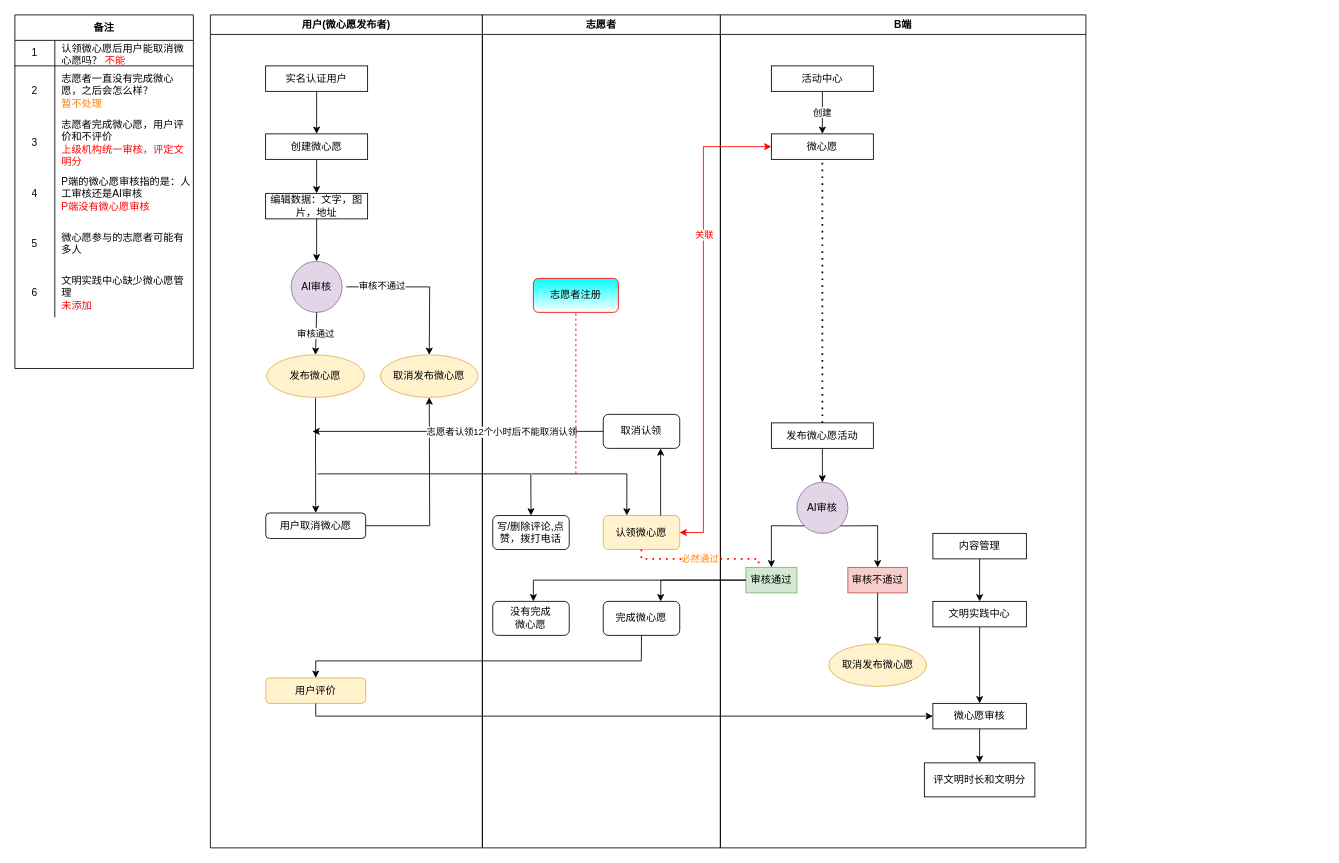
KZ137onethe/hello-world keeps this draw.io diagram as 微心愿改版.drawio. Above is the earlier version. Source tidied: cells renumbered, new cells numbered last; positions are measured from the earlier drawing's top-left corner, leaving out a move shared by most shapes. Both pictures are drawn from the tidied source at 85%, with x=0, y=0 at pixel (14, 14).
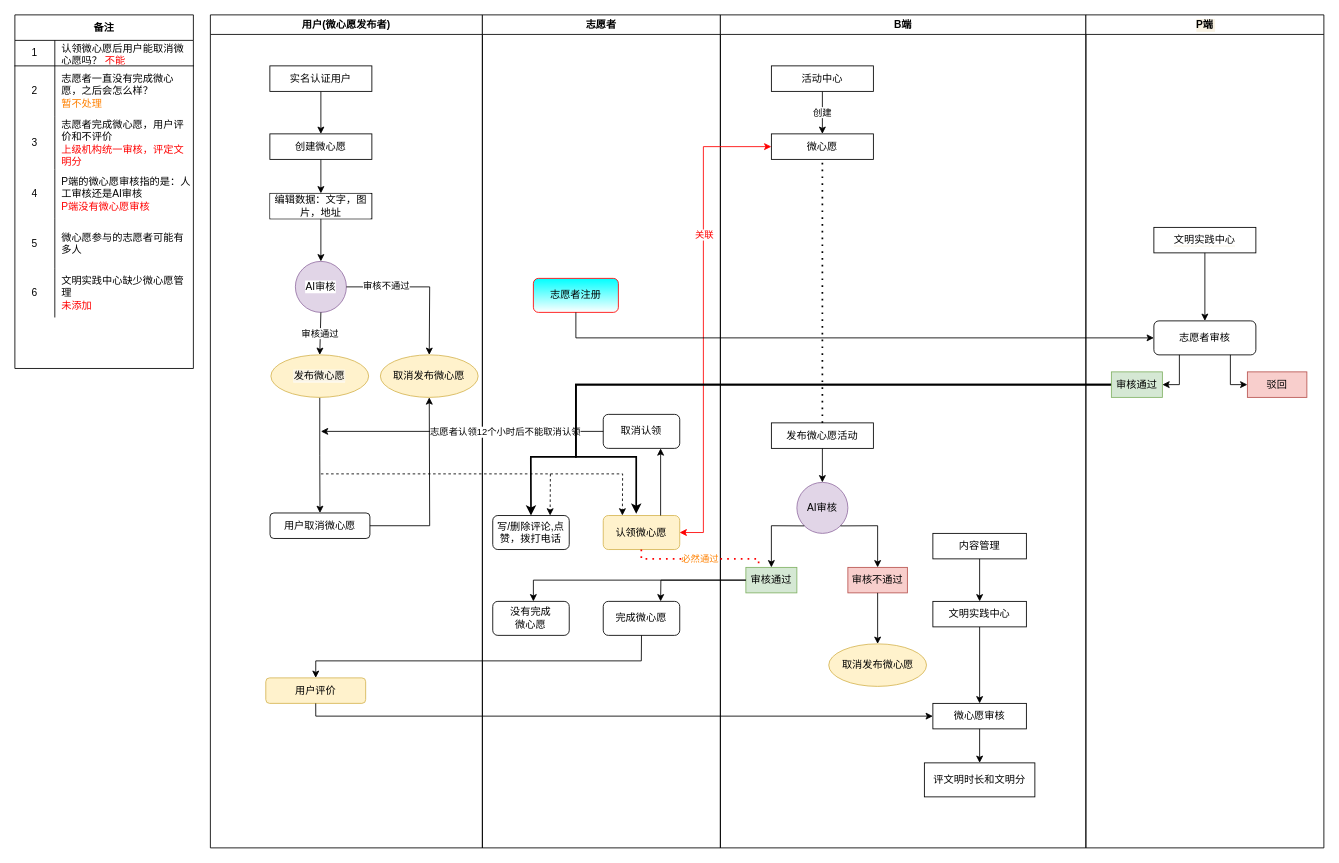
After the change.

Commit message:
微心愿改版.drawio

Unchanged cells that the change refers to:
```xml
<mxCell id="2" value="用户(微心愿发布者)" style="swimlane;" parent="1" vertex="1">
  <mxGeometry x="230" width="320" height="980" as="geometry" />
</mxCell>
<mxCell id="18" value="写/删除评论,点赞，拨打电话" style="rounded=1;whiteSpace=wrap;html=1;fontColor=#000000;strokeWidth=1;verticalAlign=middle;glass=0;" parent="17" vertex="1">
  <mxGeometry x="12.2" y="589" width="90" height="40" as="geometry" />
</mxCell>
<mxCell id="19" value="认领微心愿" style="rounded=1;whiteSpace=wrap;html=1;strokeWidth=1;verticalAlign=middle;glass=0;fillColor=#fff2cc;strokeColor=#d6b656;" parent="17" vertex="1">
  <mxGeometry x="142.2" y="589" width="90" height="40" as="geometry" />
</mxCell>
<mxCell id="20" value="取消认领" style="rounded=1;whiteSpace=wrap;html=1;fontColor=#000000;strokeWidth=1;verticalAlign=middle;glass=0;" parent="17" vertex="1">
  <mxGeometry x="142.2" y="470" width="90" height="40" as="geometry" />
</mxCell>
<mxCell id="24" value="志愿者注册" style="rounded=1;whiteSpace=wrap;html=1;gradientColor=#ffffff;strokeColor=#FF0000;fillColor=#00FFFF;" parent="17" vertex="1">
  <mxGeometry x="60" y="310" width="100" height="40" as="geometry" />
</mxCell>
<mxCell id="47" style="endArrow=classic;html=1;rounded=0;fontColor=#000000;strokeColor=#000000;entryX=0.5;entryY=0;entryDx=0;entryDy=0;entryPerimeter=0;" parent="1" edge="1">
  <mxGeometry relative="1" as="geometry">
    <mxPoint x="390" y="320" as="sourcePoint" />
    <mxPoint x="487.5" y="400" as="targetPoint" />
    <Array as="points">
      <mxPoint x="488" y="320" />
    </Array>
  </mxGeometry>
</mxCell>
```

The edit, as a diff of the source:
```diff
@@
-    <mxCell id="3" style="edgeStyle=orthogonalEdgeStyle;rounded=0;jettySize=auto;html=1;" parent="2" edge="1" source="4" target="6">
+    <mxCell id="3" style="edgeStyle=orthogonalEdgeStyle;rounded=0;jettySize=auto;html=1;labelBackgroundColor=default;fontColor=default;" parent="2" edge="1" source="4" target="6">
       <mxGeometry relative="1" as="geometry" />
     </mxCell>
-    <mxCell id="4" value="实名认证用户" style="rounded=0;whiteSpace=wrap;html=1;" parent="2" vertex="1">
-      <mxGeometry x="65" y="60" width="120" height="30" as="geometry" />
+    <mxCell id="4" value="实名认证用户" style="rounded=0;whiteSpace=wrap;html=1;labelBackgroundColor=default;fontColor=default;" parent="2" vertex="1">
+      <mxGeometry x="70" y="60" width="120" height="30" as="geometry" />
     </mxCell>
-    <mxCell id="5" style="edgeStyle=orthogonalEdgeStyle;rounded=0;jettySize=auto;html=1;" parent="2" edge="1" source="6" target="7">
+    <mxCell id="5" style="edgeStyle=orthogonalEdgeStyle;rounded=0;jettySize=auto;html=1;labelBackgroundColor=default;fontColor=default;" parent="2" edge="1" source="6" target="7">
       <mxGeometry relative="1" as="geometry" />
     </mxCell>
-    <mxCell id="6" value="创建微心愿" style="rounded=0;whiteSpace=wrap;html=1;" parent="2" vertex="1">
-      <mxGeometry x="65" y="140" width="120" height="30" as="geometry" />
+    <mxCell id="6" value="创建微心愿" style="rounded=0;whiteSpace=wrap;html=1;labelBackgroundColor=default;fontColor=default;" parent="2" vertex="1">
+      <mxGeometry x="70" y="140" width="120" height="30" as="geometry" />
     </mxCell>
-    <mxCell id="7" value="编辑数据：文字，图片，地址" style="rounded=0;whiteSpace=wrap;html=1;" parent="2" vertex="1">
-      <mxGeometry x="65" y="210" width="120" height="30" as="geometry" />
+    <mxCell id="7" value="编辑数据：文字，图片，地址" style="rounded=0;whiteSpace=wrap;html=1;labelBackgroundColor=default;fontColor=default;" parent="2" vertex="1">
+      <mxGeometry x="70" y="210" width="120" height="30" as="geometry" />
     </mxCell>
-    <mxCell id="8" style="edgeStyle=orthogonalEdgeStyle;rounded=0;jettySize=auto;html=1;exitX=0.5;exitY=1;exitDx=0;exitDy=0;exitPerimeter=0;entryX=0.5;entryY=0;entryDx=0;entryDy=0;fontColor=#000000;strokeColor=#000000;" parent="2" edge="1" source="9" target="10">
+    <mxCell id="8" style="edgeStyle=orthogonalEdgeStyle;rounded=0;jettySize=auto;html=1;exitX=0.5;exitY=1;exitDx=0;exitDy=0;exitPerimeter=0;entryX=0.5;entryY=0;entryDx=0;entryDy=0;fontColor=default;strokeColor=#000000;labelBackgroundColor=default;" parent="2" edge="1" source="9" target="10">
       <mxGeometry relative="1" as="geometry" />
     </mxCell>
-    <mxCell id="9" value="发布微心愿" style="strokeWidth=1;html=1;shape=mxgraph.flowchart.start_1;whiteSpace=wrap;fillColor=#fff2cc;strokeColor=#d6b656;" parent="2" vertex="1">
-      <mxGeometry x="66.2" y="400" width="115" height="50" as="geometry" />
+    <mxCell id="9" value="&lt;span style=&quot;background-color: rgb(249 , 243 , 228)&quot;&gt;发布微心愿&lt;/span&gt;" style="strokeWidth=1;html=1;shape=mxgraph.flowchart.start_1;whiteSpace=wrap;fillColor=#fff2cc;strokeColor=#d6b656;labelBackgroundColor=default;fontColor=default;" parent="2" vertex="1">
+      <mxGeometry x="71.2" y="400" width="115" height="50" as="geometry" />
     </mxCell>
-    <mxCell id="10" value="用户取消微心愿" style="rounded=1;whiteSpace=wrap;html=1;fontColor=#000000;strokeWidth=1;verticalAlign=middle;" parent="2" vertex="1">
-      <mxGeometry x="65.2" y="586" width="117.5" height="30" as="geometry" />
+    <mxCell id="10" value="用户取消微心愿" style="rounded=1;whiteSpace=wrap;html=1;fontColor=default;strokeWidth=1;verticalAlign=middle;labelBackgroundColor=default;" parent="2" vertex="1">
+      <mxGeometry x="70.2" y="586" width="117.5" height="30" as="geometry" />
     </mxCell>
-    <mxCell id="11" value="&lt;font color=&quot;#000000&quot;&gt;AI审核&lt;/font&gt;" style="ellipse;whiteSpace=wrap;html=1;shadow=0;glass=0;strokeColor=#9673a6;strokeWidth=1;fillColor=#e1d5e7;verticalAlign=middle;" parent="2" vertex="1">
-      <mxGeometry x="95" y="290" width="60" height="60" as="geometry" />
+    <mxCell id="11" value="&lt;font&gt;AI审核&lt;/font&gt;" style="ellipse;whiteSpace=wrap;html=1;shadow=0;glass=0;strokeColor=#9673a6;strokeWidth=1;fillColor=#e1d5e7;verticalAlign=middle;labelBackgroundColor=default;fontColor=default;" parent="2" vertex="1">
+      <mxGeometry x="100" y="290" width="60" height="60" as="geometry" />
     </mxCell>
-    <mxCell id="12" style="endArrow=classic;html=1;rounded=0;fontColor=#000000;strokeColor=#000000;exitX=0.5;exitY=1;exitDx=0;exitDy=0;entryX=0.5;entryY=0;entryDx=0;entryDy=0;" parent="2" edge="1" source="7" target="11">
+    <mxCell id="12" style="endArrow=classic;html=1;rounded=0;fontColor=default;strokeColor=#000000;exitX=0.5;exitY=1;exitDx=0;exitDy=0;entryX=0.5;entryY=0;entryDx=0;entryDy=0;labelBackgroundColor=default;" parent="2" edge="1" source="7" target="11">
       <mxGeometry relative="1" as="geometry" />
     </mxCell>
-    <mxCell id="13" value="审核通过" style="endArrow=classic;html=1;rounded=0;fontColor=#000000;strokeColor=#000000;exitX=0.5;exitY=1;exitDx=0;exitDy=0;entryX=0.5;entryY=0;entryDx=0;entryDy=0;entryPerimeter=0;" parent="2" edge="1" source="11" target="9">
+    <mxCell id="13" value="审核通过" style="endArrow=classic;html=1;rounded=0;fontColor=default;strokeColor=#000000;exitX=0.5;exitY=1;exitDx=0;exitDy=0;entryX=0.5;entryY=0;entryDx=0;entryDy=0;entryPerimeter=0;labelBackgroundColor=default;" parent="2" edge="1" source="11" target="9">
       <mxGeometry relative="1" as="geometry" />
     </mxCell>
@@
-    <mxCell id="17" value="志愿者" style="swimlane;fillColor=#FFFFFF;" parent="1" vertex="1">
+    <mxCell id="17" value="志愿者" style="swimlane;fillColor=#FFFFFF;strokeColor=default;fontColor=default;strokeWidth=1;" parent="1" vertex="1">
       <mxGeometry x="550" width="280" height="980" as="geometry" />
     </mxCell>
@@
-    <mxCell id="25" value="B端" style="swimlane;" parent="1" vertex="1">
+    <mxCell id="25" value="B端" style="swimlane;fillColor=default;strokeColor=default;fontColor=default;" parent="1" vertex="1">
       <mxGeometry x="830" width="430" height="980" as="geometry" />
     </mxCell>
@@
-    <mxCell id="38" value="审核通过" style="rounded=0;whiteSpace=wrap;html=1;fillColor=#d5e8d4;strokeColor=#82b366;" parent="25" vertex="1">
+    <mxCell id="38" value="审核通过" style="rounded=0;whiteSpace=wrap;html=1;fillColor=#d5e8d4;strokeColor=#82b366;fontColor=default;" parent="25" vertex="1">
       <mxGeometry x="30" y="650" width="60" height="30" as="geometry" />
     </mxCell>
@@
-    <mxCell id="40" value="审核不通过" style="rounded=0;whiteSpace=wrap;html=1;fillColor=#f8cecc;strokeColor=#b85450;" parent="25" vertex="1">
+    <mxCell id="40" value="审核不通过" style="rounded=0;whiteSpace=wrap;html=1;fillColor=#f8cecc;strokeColor=#b85450;fontColor=default;" parent="25" vertex="1">
       <mxGeometry x="150" y="650" width="70" height="30" as="geometry" />
     </mxCell>
@@
-    <mxCell id="45" style="endArrow=classic;html=1;rounded=0;fontColor=#000000;strokeColor=#000000;exitX=0;exitY=0.5;exitDx=0;exitDy=0;" parent="1" edge="1" source="20">
+    <mxCell id="45" style="endArrow=classic;html=1;rounded=0;fontColor=#000000;strokeColor=#000000;exitX=0;exitY=0.5;exitDx=0;exitDy=0;labelBackgroundColor=default;" parent="1" edge="1" source="20">
       <mxGeometry relative="1" as="geometry">
-        <mxPoint x="350" y="490" as="targetPoint" />
+        <mxPoint x="360" y="490" as="targetPoint" />
       </mxGeometry>
     </mxCell>
@@
-    <mxCell id="48" value="审核不通过" style="edgeLabel;html=1;align=center;verticalAlign=middle;fontColor=#000000;" parent="47" vertex="1">
-      <mxGeometry x="-0.54" y="2" relative="1" as="geometry" />
+    <mxCell id="48" value="审核不通过" style="edgeLabel;html=1;align=center;verticalAlign=middle;fontColor=default;labelBackgroundColor=default;" parent="47" vertex="1">
+      <mxGeometry x="-0.54" y="2" relative="1" as="geometry">
+        <mxPoint x="5" as="offset" />
+      </mxGeometry>
     </mxCell>
-    <mxCell id="49" style="endArrow=classic;html=1;rounded=0;fontColor=#000000;strokeColor=#000000;entryX=0.5;entryY=0;entryDx=0;entryDy=0;" parent="1" edge="1" target="18">
-      <mxGeometry relative="1" as="geometry">
-        <mxPoint x="356" y="540" as="sourcePoint" />
-        <Array as="points">
-          <mxPoint x="607" y="540" />
-        </Array>
-      </mxGeometry>
-    </mxCell>
-    <mxCell id="50" style="endArrow=classic;html=1;rounded=0;fontColor=#000000;strokeColor=#000000;entryX=0.308;entryY=0;entryDx=0;entryDy=0;entryPerimeter=0;" parent="1" edge="1" target="19">
-      <mxGeometry relative="1" as="geometry">
-        <mxPoint x="608" y="540" as="sourcePoint" />
-        <Array as="points">
-          <mxPoint x="720" y="540" />
-        </Array>
-      </mxGeometry>
-    </mxCell>
@@
-    <mxCell id="78" style="endArrow=none;dashed=1;html=1;rounded=0;entryX=0.5;entryY=1;entryDx=0;entryDy=0;strokeColor=#FF0000;" parent="1" edge="1" target="24">
-      <mxGeometry relative="1" as="geometry">
-        <mxPoint x="660" y="540" as="sourcePoint" />
-      </mxGeometry>
-    </mxCell>
+    <mxCell id="79" style="endArrow=classic;html=1;rounded=0;fontColor=default;exitX=0.5;exitY=1;exitDx=0;exitDy=0;strokeColor=default;labelBackgroundColor=default;entryX=0;entryY=0.5;entryDx=0;entryDy=0;" parent="1" edge="1" source="24" target="85">
+      <mxGeometry relative="1" as="geometry">
+        <Array as="points">
+          <mxPoint x="660" y="380" />
+        </Array>
+      </mxGeometry>
+    </mxCell>
+    <mxCell id="80" style="endArrow=classic;html=1;rounded=0;labelBackgroundColor=default;fontColor=default;strokeColor=#000000;exitX=0;exitY=0.5;exitDx=0;exitDy=0;entryX=0.5;entryY=0;entryDx=0;entryDy=0;strokeWidth=2;" parent="1" edge="1" source="88" target="18">
+      <mxGeometry relative="1" as="geometry">
+        <Array as="points">
+          <mxPoint x="660" y="435" />
+          <mxPoint x="660" y="520" />
+          <mxPoint x="607" y="520" />
+        </Array>
+      </mxGeometry>
+    </mxCell>
+    <mxCell id="81" style="endArrow=classic;html=1;rounded=0;labelBackgroundColor=default;fontColor=default;strokeColor=#000000;exitX=0;exitY=0.5;exitDx=0;exitDy=0;entryX=0.431;entryY=-0.05;entryDx=0;entryDy=0;entryPerimeter=0;strokeWidth=2;" parent="1" edge="1" source="88" target="19">
+      <mxGeometry relative="1" as="geometry">
+        <Array as="points">
+          <mxPoint x="660" y="435" />
+          <mxPoint x="660" y="520" />
+          <mxPoint x="731" y="520" />
+        </Array>
+      </mxGeometry>
+    </mxCell>
+    <mxCell id="82" style="endArrow=classic;html=1;rounded=0;labelBackgroundColor=default;fontColor=default;strokeColor=#000000;strokeWidth=1;entryX=0.75;entryY=0;entryDx=0;entryDy=0;dashed=1;" parent="1" edge="1" target="18">
+      <mxGeometry relative="1" as="geometry">
+        <mxPoint x="360" y="540" as="sourcePoint" />
+        <Array as="points">
+          <mxPoint x="630" y="540" />
+        </Array>
+      </mxGeometry>
+    </mxCell>
+    <mxCell id="83" style="endArrow=classic;html=1;rounded=0;labelBackgroundColor=default;fontColor=default;strokeColor=#000000;strokeWidth=1;entryX=0.25;entryY=0;entryDx=0;entryDy=0;dashed=1;" parent="1" edge="1" target="19">
+      <mxGeometry relative="1" as="geometry">
+        <mxPoint x="630" y="540" as="sourcePoint" />
+        <Array as="points">
+          <mxPoint x="715" y="540" />
+        </Array>
+      </mxGeometry>
+    </mxCell>
+    <mxCell id="84" value="P端" style="swimlane;labelBackgroundColor=#F9F3E4;fontColor=default;strokeColor=default;strokeWidth=1;fillColor=default;" parent="1" vertex="1">
+      <mxGeometry x="1260" width="280" height="980" as="geometry" />
+    </mxCell>
+    <mxCell id="85" value="志愿者审核" style="rounded=1;whiteSpace=wrap;html=1;fillColor=default;strokeColor=default;fontColor=default;" parent="84" vertex="1">
+      <mxGeometry x="80" y="360" width="120" height="40" as="geometry" />
+    </mxCell>
+    <mxCell id="86" value="驳回" style="rounded=0;whiteSpace=wrap;html=1;fillColor=#f8cecc;strokeColor=#b85450;fontColor=default;" parent="84" vertex="1">
+      <mxGeometry x="190" y="420" width="70" height="30" as="geometry" />
+    </mxCell>
+    <mxCell id="87" style="endArrow=classic;html=1;rounded=0;labelBackgroundColor=default;fontColor=default;strokeColor=default;exitX=0.75;exitY=1;exitDx=0;exitDy=0;entryX=0;entryY=0.5;entryDx=0;entryDy=0;" parent="84" edge="1" source="85" target="86">
+      <mxGeometry relative="1" as="geometry">
+        <Array as="points">
+          <mxPoint x="170" y="435" />
+        </Array>
+      </mxGeometry>
+    </mxCell>
+    <mxCell id="88" value="审核通过" style="rounded=0;whiteSpace=wrap;html=1;fillColor=#d5e8d4;strokeColor=#82b366;fontColor=default;" parent="84" vertex="1">
+      <mxGeometry x="30" y="420" width="60" height="30" as="geometry" />
+    </mxCell>
+    <mxCell id="89" style="endArrow=classic;html=1;rounded=0;labelBackgroundColor=default;fontColor=default;strokeColor=default;exitX=0.25;exitY=1;exitDx=0;exitDy=0;entryX=1;entryY=0.5;entryDx=0;entryDy=0;" parent="84" edge="1" source="85" target="88">
+      <mxGeometry relative="1" as="geometry">
+        <Array as="points">
+          <mxPoint x="110" y="435" />
+        </Array>
+      </mxGeometry>
+    </mxCell>
+    <mxCell id="90" value="&lt;span style=&quot;background-color: rgb(255 , 255 , 255)&quot;&gt;文明实践中心&lt;/span&gt;" style="rounded=0;whiteSpace=wrap;html=1;labelBackgroundColor=#F9F3E4;fontColor=default;strokeColor=default;strokeWidth=1;fillColor=default;" parent="84" vertex="1">
+      <mxGeometry x="80" y="250" width="120" height="30" as="geometry" />
+    </mxCell>
+    <mxCell id="91" style="endArrow=classic;html=1;rounded=0;labelBackgroundColor=default;fontColor=default;strokeColor=default;strokeWidth=1;exitX=0.5;exitY=1;exitDx=0;exitDy=0;entryX=0.5;entryY=0;entryDx=0;entryDy=0;" parent="84" edge="1" source="90" target="85">
+      <mxGeometry relative="1" as="geometry" />
+    </mxCell>
```
